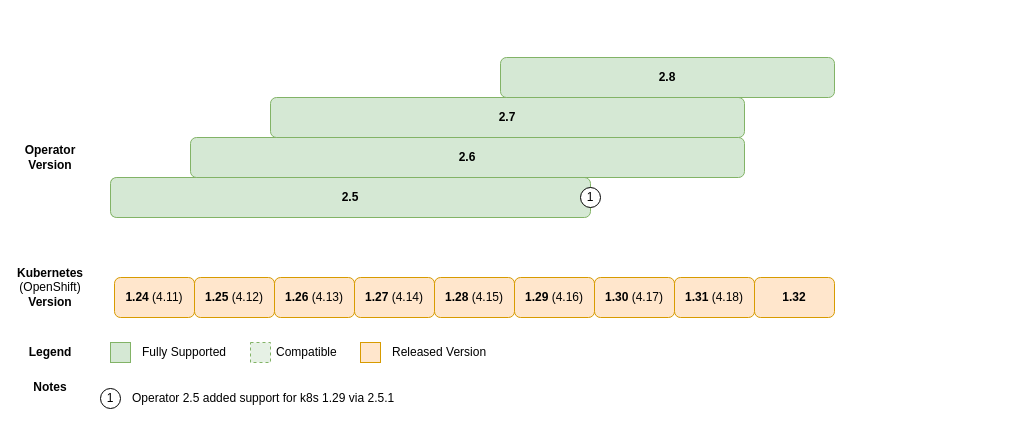
The draw.io diagram page "Compat Kuberentes" (1 of 3) of drawio-charts/k8s-compat.drawio in couchbase/docs-operator, before the edit. Source tidied: cells renumbered, new cells numbered last; positions are measured from the earlier drawing's top-left corner, leaving out a move shared by most shapes. Both pictures are drawn from the tidied source at 100%, with x=0, y=0 at pixel (20, 57).
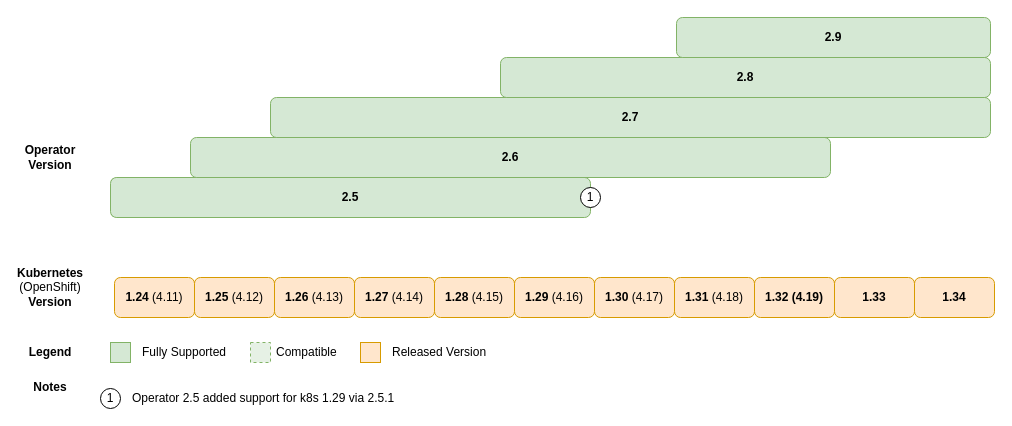
Above is the later version.

Change to the diagram source:
```diff
@@
     <mxCell id="21" value="&lt;b&gt;2.6&lt;/b&gt;" style="rounded=1;whiteSpace=wrap;html=1;fillColor=#d5e8d4;strokeColor=#82b366;" parent="1" vertex="1">
-      <mxGeometry x="170" y="80" width="554" height="40" as="geometry" />
+      <mxGeometry x="170" y="80" width="640" height="40" as="geometry" />
     </mxCell>
@@
     <mxCell id="24" value="&lt;b&gt;2.7&lt;/b&gt;" style="rounded=1;whiteSpace=wrap;html=1;fillColor=#d5e8d4;strokeColor=#82b366;" parent="1" vertex="1">
-      <mxGeometry x="250" y="40" width="474" height="40" as="geometry" />
+      <mxGeometry x="250" y="40" width="720" height="40" as="geometry" />
     </mxCell>
     <mxCell id="25" value="&lt;b&gt;2.8&lt;/b&gt;" style="rounded=1;whiteSpace=wrap;html=1;fillColor=#d5e8d4;strokeColor=#82b366;" parent="1" vertex="1">
-      <mxGeometry x="480" width="334" height="40" as="geometry" />
+      <mxGeometry x="480" width="490" height="40" as="geometry" />
     </mxCell>
@@
-    <mxCell id="27" value="&lt;b&gt;1.32&lt;/b&gt;" style="rounded=1;whiteSpace=wrap;html=1;fillColor=#ffe6cc;strokeColor=#d79b00;" parent="1" vertex="1">
+    <mxCell id="27" value="&lt;b&gt;1.32 (4.19)&lt;/b&gt;" style="rounded=1;whiteSpace=wrap;html=1;fillColor=#ffe6cc;strokeColor=#d79b00;" parent="1" vertex="1">
       <mxGeometry x="734" y="220" width="80" height="40" as="geometry" />
     </mxCell>
@@
+    <mxCell id="29" value="&lt;b&gt;2.9&lt;/b&gt;" style="rounded=1;whiteSpace=wrap;html=1;fillColor=#d5e8d4;strokeColor=#82b366;" parent="1" vertex="1">
+      <mxGeometry x="656" y="-40" width="314" height="40" as="geometry" />
+    </mxCell>
+    <mxCell id="30" value="&lt;b&gt;1.33&lt;/b&gt;" style="rounded=1;whiteSpace=wrap;html=1;fillColor=#ffe6cc;strokeColor=#d79b00;" parent="1" vertex="1">
+      <mxGeometry x="814" y="220" width="80" height="40" as="geometry" />
+    </mxCell>
+    <mxCell id="31" value="&lt;b&gt;1.34&lt;/b&gt;" style="rounded=1;whiteSpace=wrap;html=1;fillColor=#ffe6cc;strokeColor=#d79b00;" parent="1" vertex="1">
+      <mxGeometry x="894" y="220" width="80" height="40" as="geometry" />
+    </mxCell>
```
